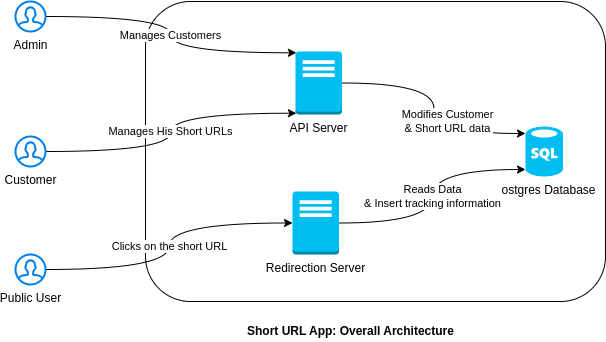
Above: docs/02_design/images/ArchitectureDiagrams.drawio.png in elbombardi/squrl (draw.io), before the change. Source tidied: cells renumbered, new cells last; positions are measured from the earlier drawing's top-left corner, leaving out a move shared by most shapes.
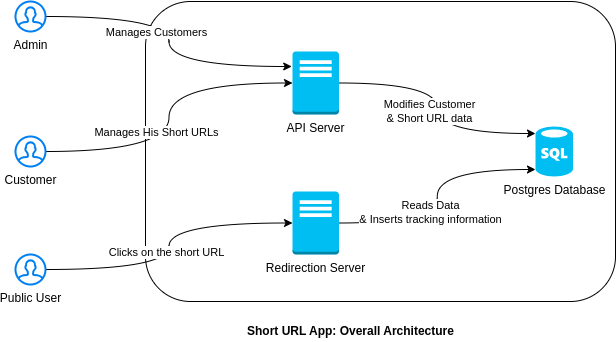
The same file after the commit.

The edit, as a diff of the source:
```diff
@@ -3,40 +3,46 @@
     <mxCell id="0" />
     <mxCell id="1" parent="0" />
     <mxCell id="2" style="rounded=1;whiteSpace=wrap;html=1;" parent="1" vertex="1">
-      <mxGeometry x="130" width="460" height="300" as="geometry" />
+      <mxGeometry x="130" width="470" height="300" as="geometry" />
     </mxCell>
     <mxCell id="3" value="Modifies Customer &lt;br&gt;&amp;amp; Short URL data" style="rounded=0;jettySize=auto;html=1;entryX=0;entryY=0.14;entryDx=0;entryDy=0;entryPerimeter=0;exitX=1;exitY=0.5;exitDx=0;exitDy=0;exitPerimeter=0;edgeStyle=orthogonalEdgeStyle;curved=1;" parent="1" edge="1" source="6" target="4">
-      <mxGeometry x="0.11" y="14" relative="1" as="geometry" />
+      <mxGeometry x="0.03" y="-8" relative="1" as="geometry" />
     </mxCell>
     <mxCell id="4" value="Postgres Database" style="verticalLabelPosition=bottom;html=1;verticalAlign=top;align=center;strokeColor=none;fillColor=#00BEF2;shape=mxgraph.azure.sql_database;" parent="1" vertex="1">
-      <mxGeometry x="510" y="125" width="37.5" height="50" as="geometry" />
+      <mxGeometry x="520" y="125" width="37.5" height="50" as="geometry" />
     </mxCell>
     <mxCell id="5" value="Short URL App: Overall Architecture" style="text;html=1;align=left;verticalAlign=top;spacingTop=-4;fontStyle=1;" parent="1" vertex="1">
       <mxGeometry x="230" y="320" width="230" height="20" as="geometry" />
     </mxCell>
     <mxCell id="6" value="API Server" style="outlineConnect=0;dashed=0;verticalLabelPosition=bottom;verticalAlign=top;align=center;html=1;shape=mxgraph.aws3.traditional_server;fillColor=#00BEF2;strokeColor=#6c8ebf;" parent="1" vertex="1">
-      <mxGeometry x="280" y="50" width="46.5" height="63" as="geometry" />
+      <mxGeometry x="277" y="50" width="46.5" height="63" as="geometry" />
     </mxCell>
-    <mxCell id="7" value="Reads Data &lt;br&gt;&amp;amp; Insert tracking information" style="rounded=0;jettySize=auto;html=1;exitX=1;exitY=0.5;exitDx=0;exitDy=0;exitPerimeter=0;entryX=0;entryY=0.86;entryDx=0;entryDy=0;entryPerimeter=0;edgeStyle=orthogonalEdgeStyle;curved=1;" parent="1" edge="1" source="8" target="4">
-      <mxGeometry relative="1" as="geometry" />
+    <mxCell id="7" value="Reads Data &lt;br&gt;&amp;amp; Inserts tracking information" style="rounded=0;jettySize=auto;html=1;exitX=1;exitY=0.5;exitDx=0;exitDy=0;exitPerimeter=0;entryX=0;entryY=0.86;entryDx=0;entryDy=0;entryPerimeter=0;edgeStyle=orthogonalEdgeStyle;curved=1;" parent="1" edge="1" source="8" target="4">
+      <mxGeometry x="-0.13" y="7" relative="1" as="geometry" />
     </mxCell>
     <mxCell id="8" value="Redirection Server" style="outlineConnect=0;dashed=0;verticalLabelPosition=bottom;verticalAlign=top;align=center;html=1;shape=mxgraph.aws3.traditional_server;fillColor=#00BEF2;gradientColor=none;" parent="1" vertex="1">
       <mxGeometry x="277" y="190" width="46.5" height="63" as="geometry" />
     </mxCell>
-    <mxCell id="9" value="Manages Customers" style="edgeStyle=orthogonalEdgeStyle;rounded=0;jettySize=auto;html=1;entryX=0.02;entryY=0.02;entryDx=0;entryDy=0;entryPerimeter=0;curved=1;" parent="1" edge="1" source="10" target="6">
-      <mxGeometry relative="1" as="geometry" />
+    <mxCell id="9" value="Manages Customers" style="edgeStyle=orthogonalEdgeStyle;rounded=0;jettySize=auto;html=1;entryX=-0.017;entryY=0.238;entryDx=0;entryDy=0;entryPerimeter=0;curved=1;" parent="1" edge="1" source="10" target="6">
+      <mxGeometry x="-0.06" y="-13" relative="1" as="geometry">
+        <mxPoint y="1" as="offset" />
+      </mxGeometry>
     </mxCell>
     <mxCell id="10" value="Admin" style="html=1;verticalLabelPosition=bottom;align=center;labelBackgroundColor=#ffffff;verticalAlign=top;strokeWidth=2;strokeColor=#0080F0;shadow=0;dashed=0;shape=mxgraph.ios7.icons.user;" parent="1" vertex="1">
       <mxGeometry width="30" height="30" as="geometry" />
     </mxCell>
-    <mxCell id="11" value="Manages His Short URLs" style="edgeStyle=orthogonalEdgeStyle;rounded=0;jettySize=auto;html=1;entryX=0.02;entryY=0.98;entryDx=0;entryDy=0;entryPerimeter=0;curved=1;" parent="1" edge="1" source="12" target="6">
-      <mxGeometry relative="1" as="geometry" />
+    <mxCell id="11" value="Manages His Short URLs" style="edgeStyle=orthogonalEdgeStyle;rounded=0;jettySize=auto;html=1;entryX=0;entryY=0.5;entryDx=0;entryDy=0;entryPerimeter=0;curved=1;" parent="1" edge="1" source="12" target="6">
+      <mxGeometry x="-0.09" y="14" relative="1" as="geometry">
+        <mxPoint x="1" y="1" as="offset" />
+      </mxGeometry>
     </mxCell>
     <mxCell id="12" value="Customer" style="html=1;verticalLabelPosition=bottom;align=center;labelBackgroundColor=#ffffff;verticalAlign=top;strokeWidth=2;strokeColor=#0080F0;shadow=0;dashed=0;shape=mxgraph.ios7.icons.user;" parent="1" vertex="1">
       <mxGeometry y="135" width="30" height="30" as="geometry" />
     </mxCell>
     <mxCell id="13" value="Clicks on the short URL" style="edgeStyle=orthogonalEdgeStyle;rounded=0;jettySize=auto;html=1;curved=1;" parent="1" edge="1" source="14" target="8">
-      <mxGeometry relative="1" as="geometry" />
+      <mxGeometry x="-0.04" y="4" relative="1" as="geometry">
+        <mxPoint x="1" as="offset" />
+      </mxGeometry>
     </mxCell>
     <mxCell id="14" value="Public User" style="html=1;verticalLabelPosition=bottom;align=center;labelBackgroundColor=#ffffff;verticalAlign=top;strokeWidth=2;strokeColor=#0080F0;shadow=0;dashed=0;shape=mxgraph.ios7.icons.user;" parent="1" vertex="1">
       <mxGeometry y="253" width="30" height="30" as="geometry" />
```
